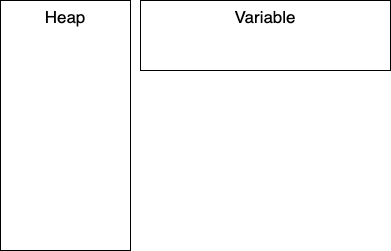
This is static/images/315mem_map.png from ksu-cs-cc/ksu-cs-cc.github.io, a draw.io export, as it was before one commit. Source tidied: cells renumbered, new cells last; positions are measured from the earlier drawing's top-left corner, leaving out a move shared by most shapes.
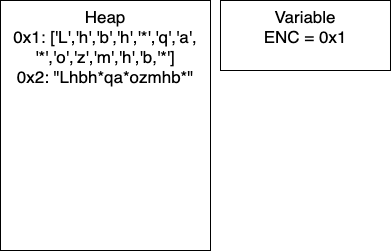
After the commit.

Change to the diagram source:
```diff
@@ -2,11 +2,11 @@
   <root>
     <mxCell id="0" />
     <mxCell id="1" parent="0" />
-    <mxCell id="2" value="&lt;font style=&quot;font-size: 17px&quot;&gt;Heap&lt;br&gt;&lt;br&gt;&lt;/font&gt;" style="rounded=0;whiteSpace=wrap;html=1;horizontal=1;verticalAlign=top;" parent="1" vertex="1">
-      <mxGeometry width="130" height="250" as="geometry" />
+    <mxCell id="2" value="&lt;font style=&quot;font-size: 17px&quot;&gt;Heap&lt;br&gt;0x1: ['L','h','b','h','*','q','a',&lt;br&gt;'*','o','z','m','h','b,'*']&lt;br&gt;0x2: &quot;Lhbh*qa*ozmhb*&quot;&lt;br&gt;&lt;/font&gt;" style="rounded=0;whiteSpace=wrap;html=1;horizontal=1;verticalAlign=top;" parent="1" vertex="1">
+      <mxGeometry width="210" height="250" as="geometry" />
     </mxCell>
-    <mxCell id="3" value="&lt;font style=&quot;font-size: 17px&quot;&gt;Variable&lt;br&gt;&lt;br&gt;&lt;/font&gt;" style="rounded=0;whiteSpace=wrap;html=1;verticalAlign=top;" parent="1" vertex="1">
-      <mxGeometry x="140" width="250" height="70" as="geometry" />
+    <mxCell id="3" value="&lt;font style=&quot;font-size: 17px&quot;&gt;Variable&lt;br&gt;ENC = 0x1&lt;br&gt;&lt;/font&gt;" style="rounded=0;whiteSpace=wrap;html=1;verticalAlign=top;" parent="1" vertex="1">
+      <mxGeometry x="220" width="170" height="70" as="geometry" />
     </mxCell>
   </root>
 </mxGraphModel>
```
